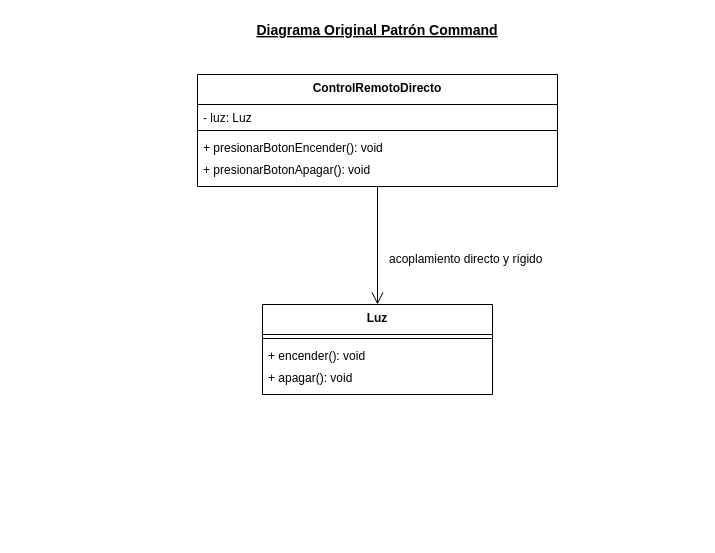
Earlier version of the draw.io diagram page "CommandOriginal" (3 of 4) of Diagramas/Mediator-Command.drawio (carytnas/PDS_Actividad03_Grupo02). Source tidied: cells renumbered, new cells numbered last; positions are measured from the earlier drawing's top-left corner, leaving out a move shared by most shapes. Both pictures are drawn from the tidied source at 100%, with x=0, y=0 at pixel (127, 16).
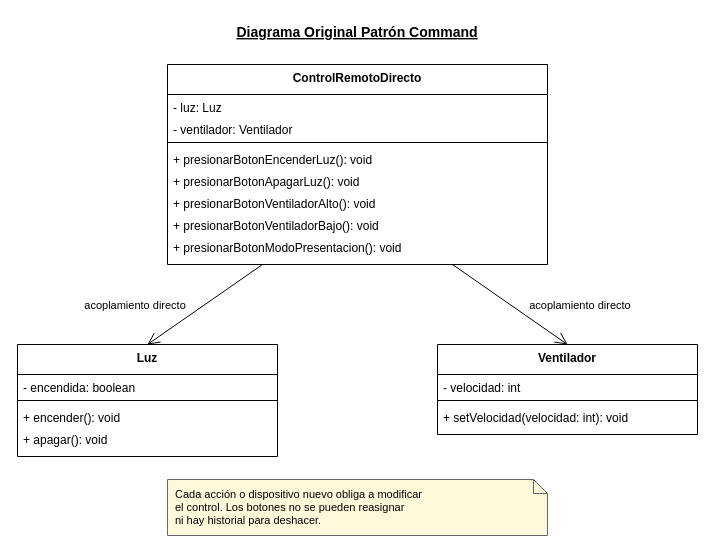
Above is the later version.

The edit, as a diff of the source:
```diff
@@
-    <mxCell id="2" value="ControlRemotoDirecto" style="swimlane;fontStyle=1;align=center;verticalAlign=top;horizontal=1;startSize=30;" parent="1" vertex="1">
-      <mxGeometry x="70" y="58" width="360" height="112" as="geometry" />
+    <mxCell id="2" value="Diagrama Original Patrón Command" style="text;html=0;strokeColor=none;fillColor=none;align=center;verticalAlign=middle;fontStyle=5;fontSize=14;" parent="1" vertex="1">
+      <mxGeometry x="30" y="2" width="400" height="26" as="geometry" />
     </mxCell>
-    <mxCell id="3" value="- luz: Luz" style="text;strokeColor=none;fillColor=none;align=left;verticalAlign=top;spacingLeft=4;spacingRight=4;overflow=hidden;points=[[0,0.5],[1,0.5]];portConstraint=eastwest;" parent="2" vertex="1">
-      <mxGeometry y="30" width="360" height="22" as="geometry" />
+    <mxCell id="3" value="ControlRemotoDirecto" style="swimlane;fontStyle=1;align=center;verticalAlign=top;horizontal=1;startSize=30;" parent="1" vertex="1">
+      <mxGeometry x="40" y="48" width="380" height="200" as="geometry" />
     </mxCell>
-    <mxCell id="4" style="line;strokeWidth=1;fillColor=none;align=left;verticalAlign=middle;spacingTop=-1;spacingLeft=3;spacingRight=3;labelPosition=right;strokeColor=inherit;" parent="2" vertex="1">
-      <mxGeometry y="52" width="360" height="8" as="geometry" />
+    <mxCell id="4" value="- luz: Luz" style="text;strokeColor=none;fillColor=none;align=left;verticalAlign=top;spacingLeft=4;spacingRight=4;overflow=hidden;" parent="3" vertex="1">
+      <mxGeometry y="30" width="380" height="22" as="geometry" />
     </mxCell>
-    <mxCell id="5" value="+ presionarBotonEncender(): void" style="text;strokeColor=none;fillColor=none;align=left;verticalAlign=top;spacingLeft=4;spacingRight=4;overflow=hidden;" parent="2" vertex="1">
-      <mxGeometry y="60" width="360" height="22" as="geometry" />
+    <mxCell id="5" value="- ventilador: Ventilador" style="text;strokeColor=none;fillColor=none;align=left;verticalAlign=top;spacingLeft=4;spacingRight=4;overflow=hidden;" parent="3" vertex="1">
+      <mxGeometry y="52" width="380" height="22" as="geometry" />
     </mxCell>
-    <mxCell id="6" value="+ presionarBotonApagar(): void" style="text;strokeColor=none;fillColor=none;align=left;verticalAlign=top;spacingLeft=4;spacingRight=4;overflow=hidden;" parent="2" vertex="1">
-      <mxGeometry y="82" width="360" height="22" as="geometry" />
+    <mxCell id="6" style="line;strokeWidth=1;fillColor=none;align=left;verticalAlign=middle;spacingTop=-1;spacingLeft=3;spacingRight=3;labelPosition=right;strokeColor=inherit;" parent="3" vertex="1">
+      <mxGeometry y="74" width="380" height="8" as="geometry" />
     </mxCell>
-    <mxCell id="7" value="Luz" style="swimlane;fontStyle=1;align=center;verticalAlign=top;horizontal=1;startSize=30;" parent="1" vertex="1">
-      <mxGeometry x="135" y="288" width="230" height="90" as="geometry" />
+    <mxCell id="7" value="+ presionarBotonEncenderLuz(): void" style="text;strokeColor=none;fillColor=none;align=left;verticalAlign=top;spacingLeft=4;spacingRight=4;overflow=hidden;points=[[0,0.5],[1,0.5]];portConstraint=eastwest;" parent="3" vertex="1">
+      <mxGeometry y="82" width="380" height="22" as="geometry" />
     </mxCell>
-    <mxCell id="8" style="line;strokeWidth=1;fillColor=none;align=left;verticalAlign=middle;spacingTop=-1;spacingLeft=3;spacingRight=3;labelPosition=right;strokeColor=inherit;" parent="7" vertex="1">
-      <mxGeometry y="30" width="230" height="8" as="geometry" />
+    <mxCell id="8" value="+ presionarBotonApagarLuz(): void" style="text;strokeColor=none;fillColor=none;align=left;verticalAlign=top;spacingLeft=4;spacingRight=4;overflow=hidden;" parent="3" vertex="1">
+      <mxGeometry y="104" width="380" height="22" as="geometry" />
     </mxCell>
-    <mxCell id="9" value="+ encender(): void" style="text;strokeColor=none;fillColor=none;align=left;verticalAlign=top;spacingLeft=4;spacingRight=4;overflow=hidden;" parent="7" vertex="1">
-      <mxGeometry y="38" width="230" height="22" as="geometry" />
+    <mxCell id="9" value="+ presionarBotonVentiladorAlto(): void" style="text;strokeColor=none;fillColor=none;align=left;verticalAlign=top;spacingLeft=4;spacingRight=4;overflow=hidden;" parent="3" vertex="1">
+      <mxGeometry y="126" width="380" height="22" as="geometry" />
     </mxCell>
-    <mxCell id="10" value="+ apagar(): void" style="text;strokeColor=none;fillColor=none;align=left;verticalAlign=top;spacingLeft=4;spacingRight=4;overflow=hidden;" parent="7" vertex="1">
-      <mxGeometry y="60" width="230" height="22" as="geometry" />
+    <mxCell id="10" value="+ presionarBotonVentiladorBajo(): void" style="text;strokeColor=none;fillColor=none;align=left;verticalAlign=top;spacingLeft=4;spacingRight=4;overflow=hidden;" parent="3" vertex="1">
+      <mxGeometry y="148" width="380" height="22" as="geometry" />
     </mxCell>
-    <mxCell id="11" style="rounded=0;html=1;edgeStyle=none;exitX=0.5000;exitY=1.0000;exitDx=0;exitDy=0;entryX=0.5000;entryY=0.0000;entryDx=0;entryDy=0;endArrow=open;endFill=0;endSize=10;startArrow=none;startFill=0;startSize=14;" parent="1" edge="1" source="2" target="7">
-      <mxGeometry relative="1" as="geometry" />
+    <mxCell id="11" value="+ presionarBotonModoPresentacion(): void" style="text;strokeColor=none;fillColor=none;align=left;verticalAlign=top;spacingLeft=4;spacingRight=4;overflow=hidden;" parent="3" vertex="1">
+      <mxGeometry y="170" width="380" height="22" as="geometry" />
     </mxCell>
-    <mxCell id="12" value="acoplamiento directo y rígido" style="text;html=0;strokeColor=none;fillColor=none;align=left;verticalAlign=middle;" parent="1" vertex="1">
-      <mxGeometry x="260" y="233" width="203" height="18" as="geometry" />
+    <mxCell id="12" value="Luz" style="swimlane;fontStyle=1;align=center;verticalAlign=top;horizontal=1;startSize=30;" parent="1" vertex="1">
+      <mxGeometry x="-110" y="328" width="260" height="112" as="geometry" />
     </mxCell>
-    <mxCell id="13" value="Diagrama Original Patrón Command" style="text;html=0;strokeColor=none;fillColor=none;align=center;verticalAlign=middle;fontStyle=5;fontSize=14;" parent="1" vertex="1">
-      <mxGeometry width="500" height="26" as="geometry" />
+    <mxCell id="13" value="- encendida: boolean" style="text;strokeColor=none;fillColor=none;align=left;verticalAlign=top;spacingLeft=4;spacingRight=4;overflow=hidden;" parent="12" vertex="1">
+      <mxGeometry y="30" width="260" height="22" as="geometry" />
     </mxCell>
+    <mxCell id="14" style="line;strokeWidth=1;fillColor=none;align=left;verticalAlign=middle;spacingTop=-1;spacingLeft=3;spacingRight=3;labelPosition=right;strokeColor=inherit;" parent="12" vertex="1">
+      <mxGeometry y="52" width="260" height="8" as="geometry" />
+    </mxCell>
+    <mxCell id="15" value="+ encender(): void" style="text;strokeColor=none;fillColor=none;align=left;verticalAlign=top;spacingLeft=4;spacingRight=4;overflow=hidden;" parent="12" vertex="1">
+      <mxGeometry y="60" width="260" height="22" as="geometry" />
+    </mxCell>
+    <mxCell id="16" value="+ apagar(): void" style="text;strokeColor=none;fillColor=none;align=left;verticalAlign=top;spacingLeft=4;spacingRight=4;overflow=hidden;" parent="12" vertex="1">
+      <mxGeometry y="82" width="260" height="22" as="geometry" />
+    </mxCell>
+    <mxCell id="17" value="Ventilador" style="swimlane;fontStyle=1;align=center;verticalAlign=top;horizontal=1;startSize=30;" parent="1" vertex="1">
+      <mxGeometry x="310" y="328" width="260" height="90" as="geometry" />
+    </mxCell>
+    <mxCell id="18" value="- velocidad: int" style="text;strokeColor=none;fillColor=none;align=left;verticalAlign=top;spacingLeft=4;spacingRight=4;overflow=hidden;" parent="17" vertex="1">
+      <mxGeometry y="30" width="260" height="22" as="geometry" />
+    </mxCell>
+    <mxCell id="19" style="line;strokeWidth=1;fillColor=none;align=left;verticalAlign=middle;spacingTop=-1;spacingLeft=3;spacingRight=3;labelPosition=right;strokeColor=inherit;" parent="17" vertex="1">
+      <mxGeometry y="52" width="260" height="8" as="geometry" />
+    </mxCell>
+    <mxCell id="20" value="+ setVelocidad(velocidad: int): void" style="text;strokeColor=none;fillColor=none;align=left;verticalAlign=top;spacingLeft=4;spacingRight=4;overflow=hidden;" parent="17" vertex="1">
+      <mxGeometry y="60" width="260" height="22" as="geometry" />
+    </mxCell>
+    <mxCell id="21" style="rounded=0;html=1;edgeStyle=none;endArrow=open;endFill=0;endSize=10;startArrow=none;exitX=0.25;exitY=1;exitDx=0;exitDy=0;entryX=0.5;entryY=0;entryDx=0;entryDy=0;" parent="1" edge="1" source="3" target="12">
+      <mxGeometry relative="1" as="geometry" />
+    </mxCell>
+    <mxCell id="22" value="acoplamiento directo" style="edgeLabel;html=0;align=center;verticalAlign=middle;labelBackgroundColor=#ffffff;" parent="21" vertex="1">
+      <mxGeometry relative="1" as="geometry">
+        <mxPoint x="-70" as="offset" />
+      </mxGeometry>
+    </mxCell>
+    <mxCell id="23" style="rounded=0;html=1;edgeStyle=none;endArrow=open;endFill=0;endSize=10;startArrow=none;exitX=0.75;exitY=1;exitDx=0;exitDy=0;entryX=0.5;entryY=0;entryDx=0;entryDy=0;" parent="1" edge="1" source="3" target="17">
+      <mxGeometry relative="1" as="geometry" />
+    </mxCell>
+    <mxCell id="24" value="acoplamiento directo" style="edgeLabel;html=0;align=center;verticalAlign=middle;labelBackgroundColor=#ffffff;" parent="23" vertex="1">
+      <mxGeometry relative="1" as="geometry">
+        <mxPoint x="70" as="offset" />
+      </mxGeometry>
+    </mxCell>
+    <mxCell id="25" value="Cada acción o dispositivo nuevo obliga a modificar&#10;el control. Los botones no se pueden reasignar&#10;ni hay historial para deshacer." style="shape=note;whiteSpace=wrap;html=0;size=14;align=left;verticalAlign=top;spacingLeft=6;spacingTop=2;fillColor=#fff9db;strokeColor=#666666;fontSize=11;" parent="1" vertex="1">
+      <mxGeometry x="40" y="463" width="380" height="56" as="geometry" />
+    </mxCell>
```
